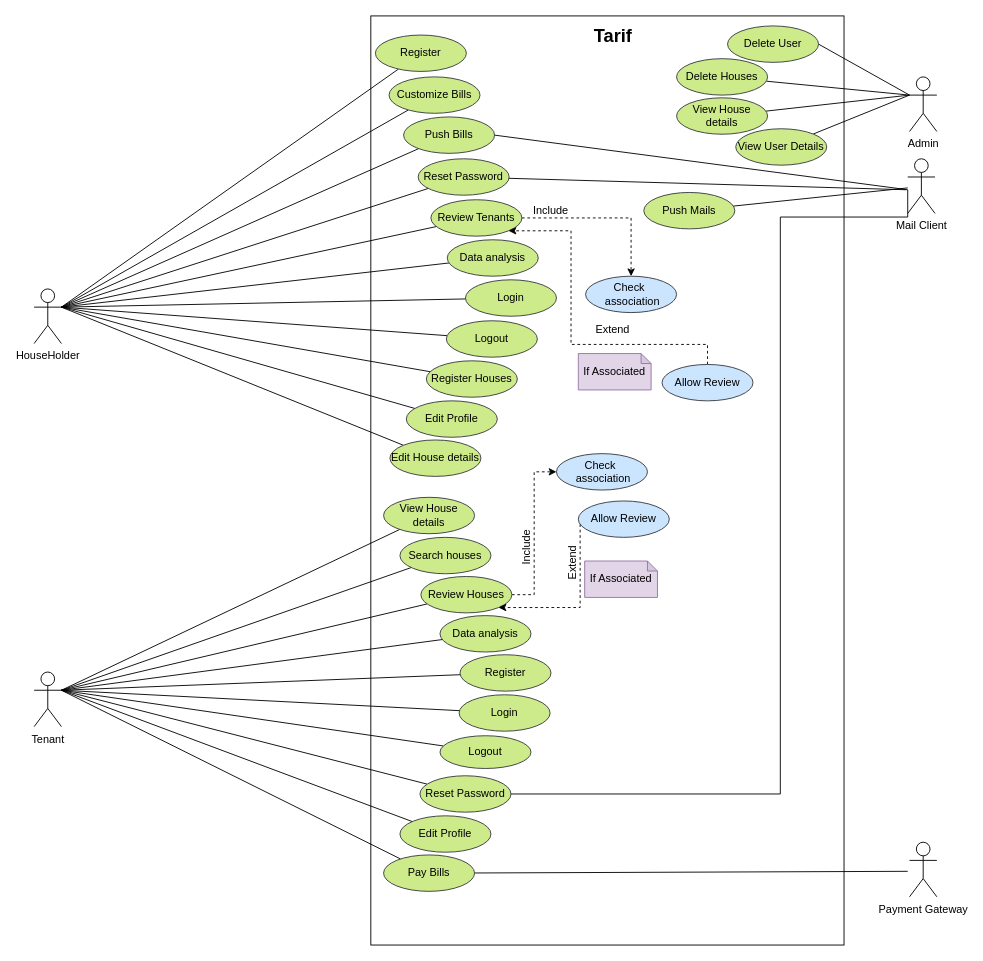
Earlier version of the draw.io diagram FYP-Doc/useCase.drawio (lsuyogya/House-Rent-Management). Source tidied: cells renumbered, new cells numbered last; positions are measured from the earlier drawing's top-left corner, leaving out a move shared by most shapes. Both pictures are drawn from the tidied source at 91%, with x=0, y=0 at pixel (34, 15).
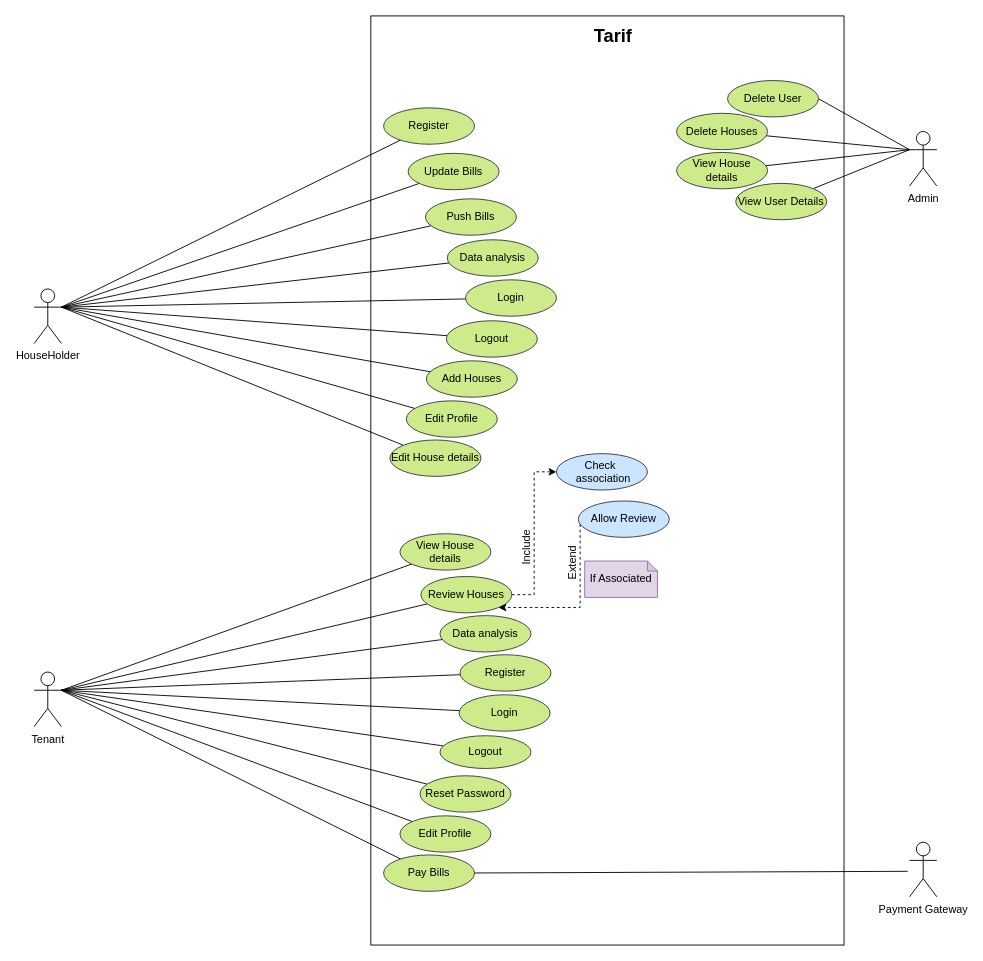
The same page after the edit.

Commit message (it also covers changes not shown here):
Updated Usecase and Started sequence diagrams

The change refers to these unchanged cells:
```xml
<mxCell id="2" value="HouseHolder" style="shape=umlActor;verticalLabelPosition=bottom;verticalAlign=top;html=1;outlineConnect=0;" parent="1" vertex="1">
  <mxGeometry y="300" width="30" height="60" as="geometry" />
</mxCell>
<mxCell id="3" value="Tenant" style="shape=umlActor;verticalLabelPosition=bottom;verticalAlign=top;html=1;outlineConnect=0;" parent="1" vertex="1">
  <mxGeometry y="721" width="30" height="60" as="geometry" />
</mxCell>
<mxCell id="69" value="Reset Password" style="ellipse;whiteSpace=wrap;html=1;fillColor=#cdeb8b;strokeColor=#36393d;" parent="1" vertex="1">
  <mxGeometry x="424" y="835" width="100" height="40" as="geometry" />
</mxCell>
```

Change to the diagram source:
```diff
@@
     <mxCell id="6" value="Push Bills" style="ellipse;whiteSpace=wrap;html=1;fillColor=#cdeb8b;strokeColor=#36393d;" parent="1" vertex="1">
-      <mxGeometry x="406" y="111" width="100" height="40" as="geometry" />
+      <mxGeometry x="430" y="201" width="100" height="40" as="geometry" />
     </mxCell>
@@
-    <mxCell id="8" value="Customize Bills" style="ellipse;whiteSpace=wrap;html=1;fillColor=#cdeb8b;strokeColor=#36393d;" parent="1" vertex="1">
-      <mxGeometry x="390" y="67" width="100" height="40" as="geometry" />
+    <mxCell id="8" value="Update Bills" style="ellipse;whiteSpace=wrap;html=1;fillColor=#cdeb8b;strokeColor=#36393d;" parent="1" vertex="1">
+      <mxGeometry x="411" y="151" width="100" height="40" as="geometry" />
     </mxCell>
@@
     <mxCell id="10" value="&lt;span&gt;View House details&lt;/span&gt;" style="ellipse;whiteSpace=wrap;html=1;fillColor=#cdeb8b;strokeColor=#36393d;" parent="1" vertex="1">
-      <mxGeometry x="384" y="529" width="100" height="40" as="geometry" />
+      <mxGeometry x="402" y="569" width="100" height="40" as="geometry" />
     </mxCell>
-    <mxCell id="11" style="edgeStyle=none;rounded=0;jettySize=auto;html=1;entryX=1;entryY=0.3333333333333333;entryDx=0;entryDy=0;entryPerimeter=0;endArrow=none;endFill=0;" parent="1" edge="1" source="13" target="2">
-      <mxGeometry relative="1" as="geometry" />
-    </mxCell>
-    <mxCell id="12" style="edgeStyle=none;rounded=0;jettySize=auto;html=1;endArrow=none;endFill=0;" parent="1" edge="1" source="13">
-      <mxGeometry relative="1" as="geometry">
-        <mxPoint x="958" y="191" as="targetPoint" />
-      </mxGeometry>
-    </mxCell>
-    <mxCell id="13" value="Reset Password" style="ellipse;whiteSpace=wrap;html=1;fillColor=#cdeb8b;strokeColor=#36393d;" parent="1" vertex="1">
-      <mxGeometry x="422" y="157" width="100" height="40" as="geometry" />
-    </mxCell>
-    <mxCell id="14" style="edgeStyle=none;rounded=0;jettySize=auto;html=1;entryX=1;entryY=0.3333333333333333;entryDx=0;entryDy=0;entryPerimeter=0;endArrow=none;endFill=0;" parent="1" edge="1" source="15" target="3">
-      <mxGeometry relative="1" as="geometry" />
-    </mxCell>
-    <mxCell id="15" value="Search houses" style="ellipse;whiteSpace=wrap;html=1;fillColor=#cdeb8b;strokeColor=#36393d;" parent="1" vertex="1">
-      <mxGeometry x="402" y="573" width="100" height="40" as="geometry" />
-    </mxCell>
@@
-    <mxCell id="19" style="edgeStyle=orthogonalEdgeStyle;rounded=0;jettySize=auto;html=1;dashed=1;" parent="1" edge="1" source="21" target="26">
-      <mxGeometry relative="1" as="geometry" />
-    </mxCell>
-    <mxCell id="20" style="edgeStyle=none;rounded=0;jettySize=auto;html=1;entryX=1;entryY=0.3333333333333333;entryDx=0;entryDy=0;entryPerimeter=0;endArrow=none;endFill=0;" parent="1" edge="1" source="21" target="2">
-      <mxGeometry relative="1" as="geometry" />
-    </mxCell>
-    <mxCell id="21" value="Review Tenants" style="ellipse;whiteSpace=wrap;html=1;fillColor=#cdeb8b;strokeColor=#36393d;" parent="1" vertex="1">
-      <mxGeometry x="436" y="202" width="100" height="40" as="geometry" />
-    </mxCell>
@@
-    <mxCell id="26" value="Check&amp;nbsp; &lt;br&gt;&amp;nbsp;association" style="ellipse;whiteSpace=wrap;html=1;fillColor=#cce5ff;strokeColor=#36393d;" parent="1" vertex="1">
-      <mxGeometry x="606" y="286" width="100" height="40" as="geometry" />
-    </mxCell>
-    <mxCell id="27" style="edgeStyle=orthogonalEdgeStyle;rounded=0;jettySize=auto;html=1;entryX=1;entryY=1;entryDx=0;entryDy=0;dashed=1;" parent="1" edge="1" source="28" target="21">
-      <mxGeometry relative="1" as="geometry">
-        <Array as="points">
-          <mxPoint x="740" y="361" />
-          <mxPoint x="590" y="361" />
-          <mxPoint x="590" y="236" />
-        </Array>
-      </mxGeometry>
-    </mxCell>
-    <mxCell id="28" value="Allow Review" style="ellipse;whiteSpace=wrap;html=1;fillColor=#cce5ff;strokeColor=#36393d;" parent="1" vertex="1">
-      <mxGeometry x="690" y="383" width="100" height="40" as="geometry" />
-    </mxCell>
-    <mxCell id="29" value="If Associated" style="shape=note;whiteSpace=wrap;html=1;backgroundOutline=1;darkOpacity=0.05;size=11;fillColor=#e1d5e7;strokeColor=#9673a6;" parent="1" vertex="1">
-      <mxGeometry x="598" y="371" width="80" height="40" as="geometry" />
-    </mxCell>
@@
-    <mxCell id="31" value="Include" style="text;html=1;strokeColor=none;fillColor=none;align=center;verticalAlign=middle;whiteSpace=wrap;rounded=0;" parent="1" vertex="1">
-      <mxGeometry x="538" y="199" width="60" height="30" as="geometry" />
-    </mxCell>
-    <mxCell id="32" value="Extend" style="text;html=1;strokeColor=none;fillColor=none;align=center;verticalAlign=middle;whiteSpace=wrap;rounded=0;" parent="1" vertex="1">
-      <mxGeometry x="606" y="330" width="60" height="30" as="geometry" />
-    </mxCell>
@@
-    <mxCell id="38" style="rounded=0;jettySize=auto;html=1;entryX=1;entryY=0.5;entryDx=0;entryDy=0;endArrow=none;endFill=0;" parent="1" edge="1" target="6">
-      <mxGeometry relative="1" as="geometry">
-        <mxPoint x="960" y="191" as="sourcePoint" />
-      </mxGeometry>
-    </mxCell>
-    <mxCell id="39" value="Mail Client" style="shape=umlActor;verticalLabelPosition=bottom;verticalAlign=top;html=1;" parent="1" vertex="1">
-      <mxGeometry x="960" y="157" width="30" height="60" as="geometry" />
-    </mxCell>
@@
     <mxCell id="41" value="Admin" style="shape=umlActor;verticalLabelPosition=bottom;verticalAlign=top;html=1;outlineConnect=0;" parent="1" vertex="1">
-      <mxGeometry x="962" y="67" width="30" height="60" as="geometry" />
+      <mxGeometry x="962" y="127" width="30" height="60" as="geometry" />
     </mxCell>
     <mxCell id="42" value="Delete User" style="ellipse;whiteSpace=wrap;html=1;fillColor=#cdeb8b;strokeColor=#36393d;" parent="1" vertex="1">
-      <mxGeometry x="762" y="11" width="100" height="40" as="geometry" />
+      <mxGeometry x="762" y="71" width="100" height="40" as="geometry" />
     </mxCell>
@@
     <mxCell id="44" value="Register" style="ellipse;whiteSpace=wrap;html=1;fillColor=#cdeb8b;strokeColor=#36393d;" parent="1" vertex="1">
-      <mxGeometry x="375" y="21" width="100" height="40" as="geometry" />
+      <mxGeometry x="384" y="101" width="100" height="40" as="geometry" />
     </mxCell>
@@
-    <mxCell id="52" value="Register Houses" style="ellipse;whiteSpace=wrap;html=1;fillColor=#cdeb8b;strokeColor=#36393d;" parent="1" vertex="1">
+    <mxCell id="52" value="Add Houses" style="ellipse;whiteSpace=wrap;html=1;fillColor=#cdeb8b;strokeColor=#36393d;" parent="1" vertex="1">
       <mxGeometry x="431" y="379" width="100" height="40" as="geometry" />
     </mxCell>
@@
     <mxCell id="58" value="Delete Houses" style="ellipse;whiteSpace=wrap;html=1;fillColor=#cdeb8b;strokeColor=#36393d;" parent="1" vertex="1">
-      <mxGeometry x="706" y="47" width="100" height="40" as="geometry" />
+      <mxGeometry x="706" y="107" width="100" height="40" as="geometry" />
     </mxCell>
@@
     <mxCell id="60" value="&lt;font style=&quot;font-size: 12px&quot;&gt;View House details&lt;/font&gt;" style="ellipse;whiteSpace=wrap;html=1;fillColor=#cdeb8b;strokeColor=#36393d;" parent="1" vertex="1">
-      <mxGeometry x="706" y="90" width="100" height="40" as="geometry" />
+      <mxGeometry x="706" y="150" width="100" height="40" as="geometry" />
     </mxCell>
-    <mxCell id="61" style="edgeStyle=none;rounded=0;jettySize=auto;html=1;fontSize=12;endArrow=none;endFill=0;" parent="1" edge="1" source="62">
-      <mxGeometry relative="1" as="geometry">
-        <mxPoint x="960" y="189" as="targetPoint" />
-      </mxGeometry>
-    </mxCell>
-    <mxCell id="62" value="Push Mails" style="ellipse;whiteSpace=wrap;html=1;fillColor=#cdeb8b;strokeColor=#36393d;" parent="1" vertex="1">
-      <mxGeometry x="670" y="194" width="100" height="40" as="geometry" />
-    </mxCell>
@@
-    <mxCell id="68" style="edgeStyle=orthogonalEdgeStyle;rounded=0;jettySize=auto;html=1;endArrow=none;endFill=0;" parent="1" edge="1" source="69">
-      <mxGeometry relative="1" as="geometry">
-        <mxPoint x="960" y="191" as="targetPoint" />
-        <Array as="points">
-          <mxPoint x="820" y="855" />
-          <mxPoint x="820" y="221" />
-          <mxPoint x="960" y="221" />
-        </Array>
-      </mxGeometry>
-    </mxCell>
@@
     <mxCell id="78" value="View User Details" style="ellipse;whiteSpace=wrap;html=1;fillColor=#cdeb8b;strokeColor=#36393d;" parent="1" vertex="1">
-      <mxGeometry x="771" y="124" width="100" height="40" as="geometry" />
+      <mxGeometry x="771" y="184" width="100" height="40" as="geometry" />
     </mxCell>
```
